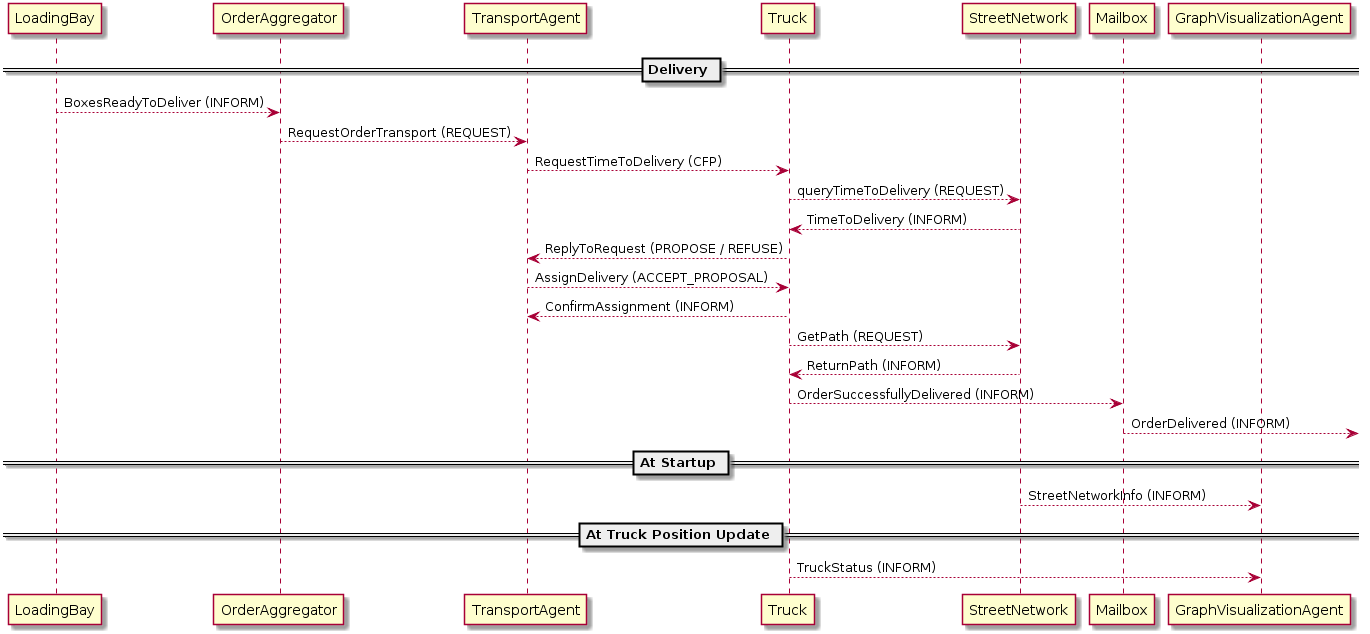
This is docs/Architecture/Architecture_Delivery.png from HBRS-MAAS/ws18-project-commitment_issues, a PlantUML export, as it was before one commit.
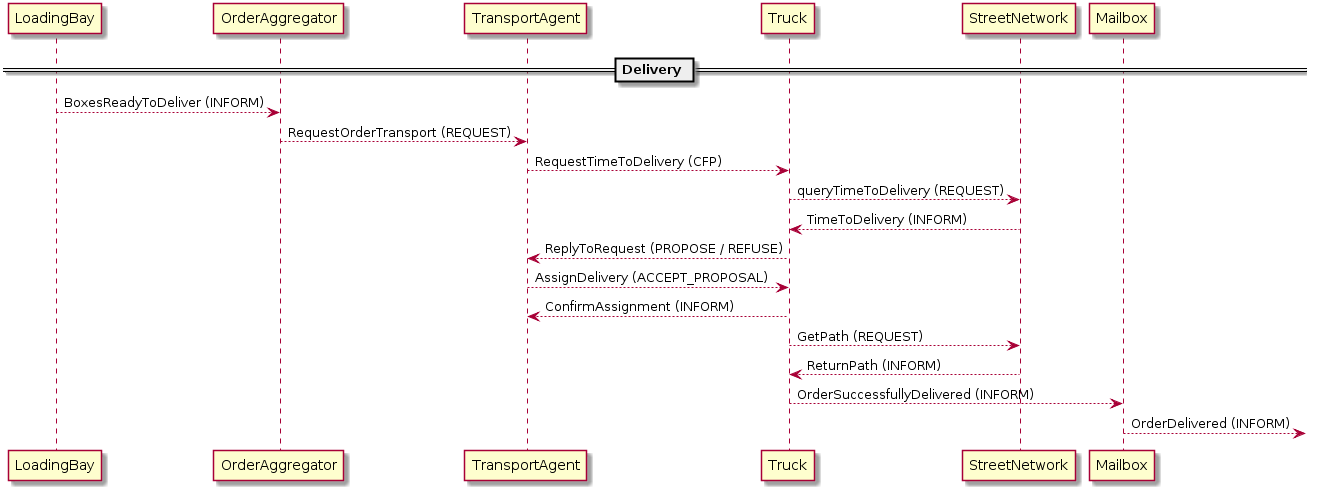
Above is the later version.

Commit message:
Update Delivery stage architecture diagram

Diff of the diagram source:
```diff
@@ -21,10 +21,4 @@
 
 Mailbox --> : OrderDelivered (INFORM)
 
-== At Startup ==
-StreetNetwork --> GraphVisualizationAgent : StreetNetworkInfo (INFORM)
-
-== At Truck Position Update ==
-Truck --> GraphVisualizationAgent : TruckStatus (INFORM)
-
 @enduml
```
